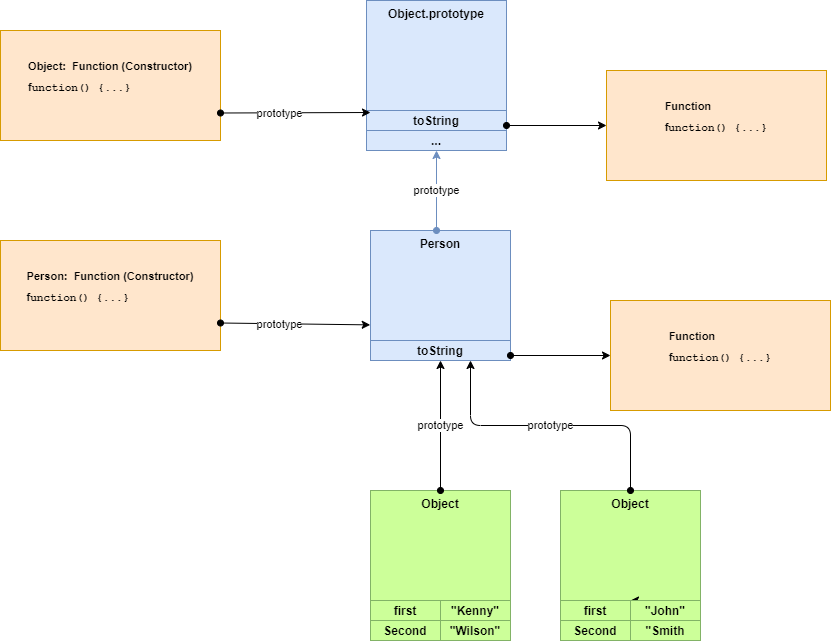
Before: notes/web/javascript/drawings/constructor.png, a diagram exported from draw.io (kennyrnwilson/kennyrnwilson.github.io). Source tidied: cells renumbered, new cells last; positions are measured from the earlier drawing's top-left corner, leaving out a move shared by most shapes.
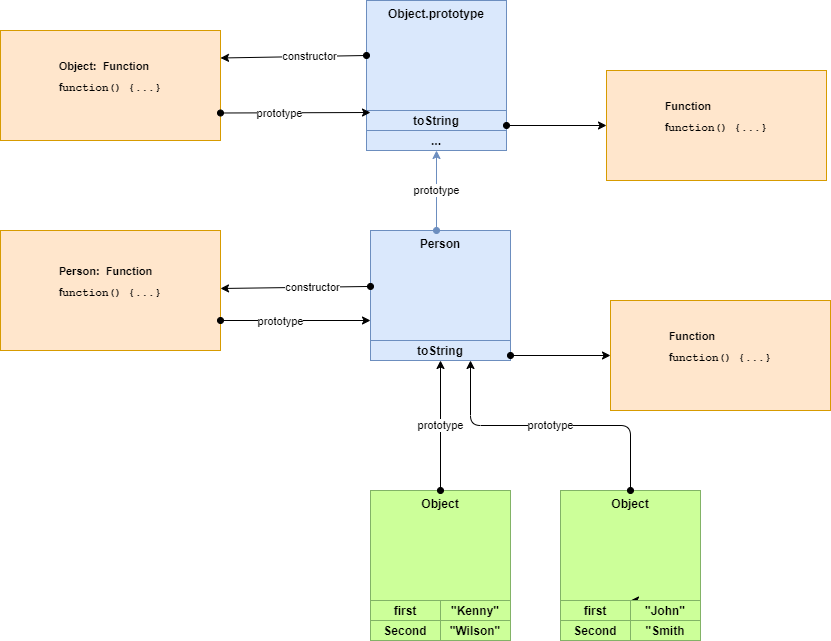
The same diagram one commit later.

Diff of the diagram source:
```diff
@@ -79,16 +79,18 @@
     <mxCell id="24" value="first" style="rounded=0;whiteSpace=wrap;html=1;strokeColor=#82b366;fillColor=#CCFF99;fontStyle=1;" parent="1" vertex="1">
       <mxGeometry x="560" y="600" width="70" height="20" as="geometry" />
     </mxCell>
-    <mxCell id="25" value="&lt;p class=&quot;SourceCodeCxSpFirst&quot; style=&quot;text-align: left ; font-size: 11px ; line-height: 80%&quot;&gt;&lt;font style=&quot;font-size: 11px&quot;&gt;Person:&amp;nbsp; Function (Constructor)&lt;/font&gt;&lt;/p&gt;&lt;p class=&quot;SourceCodeCxSpFirst&quot; style=&quot;text-align: left ; font-size: 11px&quot;&gt;&lt;font style=&quot;font-size: 11px&quot;&gt;f&lt;font face=&quot;Courier New&quot;&gt;unction()&amp;nbsp;{...}&lt;/font&gt;&lt;/font&gt;&lt;/p&gt;&lt;br&gt;&lt;div style=&quot;text-align: justify&quot;&gt;&lt;/div&gt;" style="rounded=0;whiteSpace=wrap;html=1;strokeColor=#d79b00;fillColor=#ffe6cc;fontStyle=1;" parent="1" vertex="1">
-      <mxGeometry y="240" width="220" height="110" as="geometry" />
+    <mxCell id="25" value="&lt;p class=&quot;SourceCodeCxSpFirst&quot; style=&quot;text-align: left ; font-size: 11px ; line-height: 80%&quot;&gt;&lt;font style=&quot;font-size: 11px&quot;&gt;Person:&amp;nbsp; Function&amp;nbsp;&lt;/font&gt;&lt;/p&gt;&lt;p class=&quot;SourceCodeCxSpFirst&quot; style=&quot;text-align: left ; font-size: 11px&quot;&gt;&lt;font style=&quot;font-size: 11px&quot;&gt;f&lt;font face=&quot;Courier New&quot;&gt;unction()&amp;nbsp;{...}&lt;/font&gt;&lt;/font&gt;&lt;/p&gt;&lt;br&gt;&lt;div style=&quot;text-align: justify&quot;&gt;&lt;/div&gt;" style="rounded=0;whiteSpace=wrap;html=1;strokeColor=#d79b00;fillColor=#ffe6cc;fontStyle=1;" parent="1" vertex="1">
+      <mxGeometry y="230" width="220" height="120" as="geometry" />
     </mxCell>
-    <mxCell id="26" style="endArrow=classic;html=1;endFill=1;startArrow=oval;startFill=1;exitX=1;exitY=0.75;exitDx=0;exitDy=0;entryX=-0.002;entryY=0.858;entryDx=0;entryDy=0;entryPerimeter=0;" parent="1" edge="1" source="25" target="10">
-      <mxGeometry relative="1" as="geometry" />
+    <mxCell id="26" style="endArrow=classic;html=1;endFill=1;startArrow=oval;startFill=1;exitX=1;exitY=0.75;exitDx=0;exitDy=0;" parent="1" edge="1" source="25">
+      <mxGeometry relative="1" as="geometry">
+        <mxPoint x="370" y="320" as="targetPoint" />
+      </mxGeometry>
     </mxCell>
     <mxCell id="27" value="prototype" style="edgeLabel;html=1;align=center;verticalAlign=middle;" parent="26" vertex="1">
       <mxGeometry x="-0.21" relative="1" as="geometry" />
     </mxCell>
-    <mxCell id="28" value="&lt;p class=&quot;SourceCodeCxSpFirst&quot; style=&quot;text-align: left ; font-size: 11px ; line-height: 80%&quot;&gt;&lt;font style=&quot;font-size: 11px&quot;&gt;Object:&amp;nbsp; Function (Constructor)&lt;/font&gt;&lt;/p&gt;&lt;p class=&quot;SourceCodeCxSpFirst&quot; style=&quot;text-align: left ; font-size: 11px&quot;&gt;&lt;font style=&quot;font-size: 11px&quot;&gt;f&lt;font face=&quot;Courier New&quot;&gt;unction()&amp;nbsp;{...}&lt;/font&gt;&lt;/font&gt;&lt;/p&gt;&lt;br&gt;&lt;div style=&quot;text-align: justify&quot;&gt;&lt;/div&gt;" style="rounded=0;whiteSpace=wrap;html=1;strokeColor=#d79b00;fillColor=#ffe6cc;fontStyle=1;" parent="1" vertex="1">
+    <mxCell id="28" value="&lt;p class=&quot;SourceCodeCxSpFirst&quot; style=&quot;text-align: left ; font-size: 11px ; line-height: 80%&quot;&gt;&lt;font style=&quot;font-size: 11px&quot;&gt;Object:&amp;nbsp; Function&lt;/font&gt;&lt;/p&gt;&lt;p class=&quot;SourceCodeCxSpFirst&quot; style=&quot;text-align: left ; font-size: 11px&quot;&gt;&lt;font style=&quot;font-size: 11px&quot;&gt;f&lt;font face=&quot;Courier New&quot;&gt;unction()&amp;nbsp;{...}&lt;/font&gt;&lt;/font&gt;&lt;/p&gt;&lt;br&gt;&lt;div style=&quot;text-align: justify&quot;&gt;&lt;/div&gt;" style="rounded=0;whiteSpace=wrap;html=1;strokeColor=#d79b00;fillColor=#ffe6cc;fontStyle=1;" parent="1" vertex="1">
       <mxGeometry y="30" width="220" height="110" as="geometry" />
     </mxCell>
     <mxCell id="29" style="endArrow=classic;html=1;endFill=1;startArrow=oval;startFill=1;exitX=1;exitY=0.75;exitDx=0;exitDy=0;" parent="1" edge="1" source="28">
@@ -99,5 +101,19 @@
     <mxCell id="30" value="prototype" style="edgeLabel;html=1;align=center;verticalAlign=middle;" parent="29" vertex="1">
       <mxGeometry x="-0.21" relative="1" as="geometry" />
     </mxCell>
+    <mxCell id="31" style="endArrow=classic;html=1;endFill=1;startArrow=oval;startFill=1;" parent="1" edge="1" source="10">
+      <mxGeometry relative="1" as="geometry">
+        <mxPoint x="220" y="288" as="targetPoint" />
+      </mxGeometry>
+    </mxCell>
+    <mxCell id="32" value="constructor" style="edgeLabel;html=1;align=center;verticalAlign=middle;" parent="31" vertex="1">
+      <mxGeometry x="-0.21" relative="1" as="geometry" />
+    </mxCell>
+    <mxCell id="33" style="endArrow=classic;html=1;endFill=1;startArrow=oval;startFill=1;exitX=0;exitY=0.5;exitDx=0;exitDy=0;entryX=1;entryY=0.25;entryDx=0;entryDy=0;" parent="1" edge="1" source="4" target="28">
+      <mxGeometry relative="1" as="geometry" />
+    </mxCell>
+    <mxCell id="34" value="constructor" style="edgeLabel;html=1;align=center;verticalAlign=middle;" parent="33" vertex="1">
+      <mxGeometry x="-0.21" relative="1" as="geometry" />
+    </mxCell>
   </root>
 </mxGraphModel>
```
